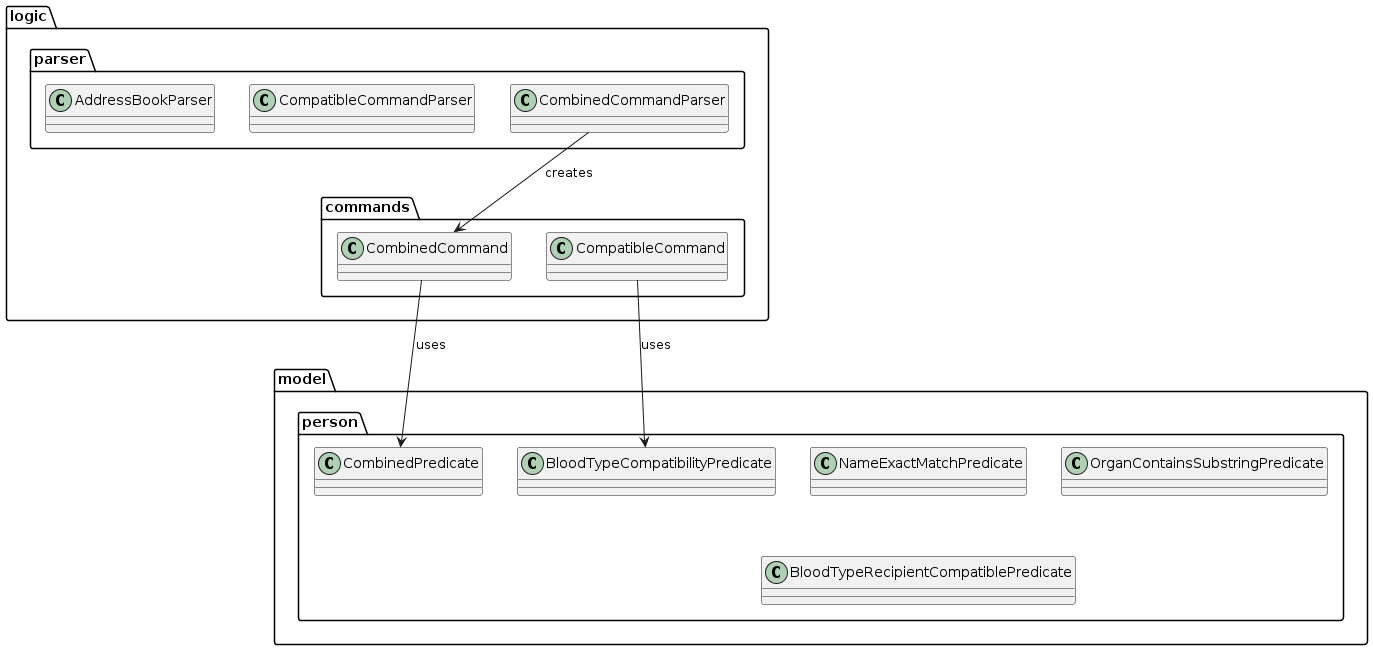
Above: diagrams/CombinedCompatibleClassDiagram.png in IsaiahToh/tp (PlantUML), before the change. Its source is kept beside it as diagrams/CombinedCompatibleClassDiagram.puml. Its diagram source:
```plantuml
@startuml
skinparam classAttributeIconSize 0

package "logic.commands" {
  class CombinedCommand
  class CompatibleCommand
}

package "logic.parser" {
  class CombinedCommandParser
  class CompatibleCommandParser
  class AddressBookParser
}

package "model.person" {
  class CombinedPredicate
  class NameExactMatchPredicate
  class OrganContainsSubstringPredicate
  class BloodTypeRecipientCompatiblePredicate
  class BloodTypeCompatibilityPredicate
}

CombinedCommand --> CombinedPredicate : uses
CompatibleCommand --> BloodTypeCompatibilityPredicate : uses

CombinedCommandParser --> CombinedCommand : creates

@enduml
```
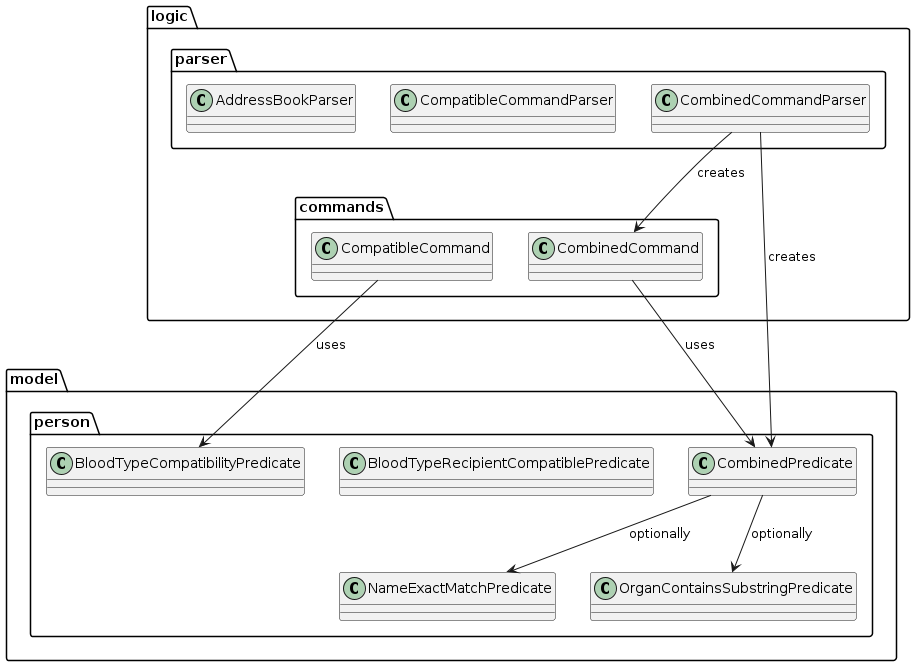
Above is the later version.

What changed in the source:
```diff
@@ -24,5 +24,8 @@
 CompatibleCommand --> BloodTypeCompatibilityPredicate : uses
 
 CombinedCommandParser --> CombinedCommand : creates
+CombinedCommandParser --> CombinedPredicate : creates
+CombinedPredicate --> NameExactMatchPredicate : optionally
+CombinedPredicate --> OrganContainsSubstringPredicate : optionally
 
 @enduml
```
